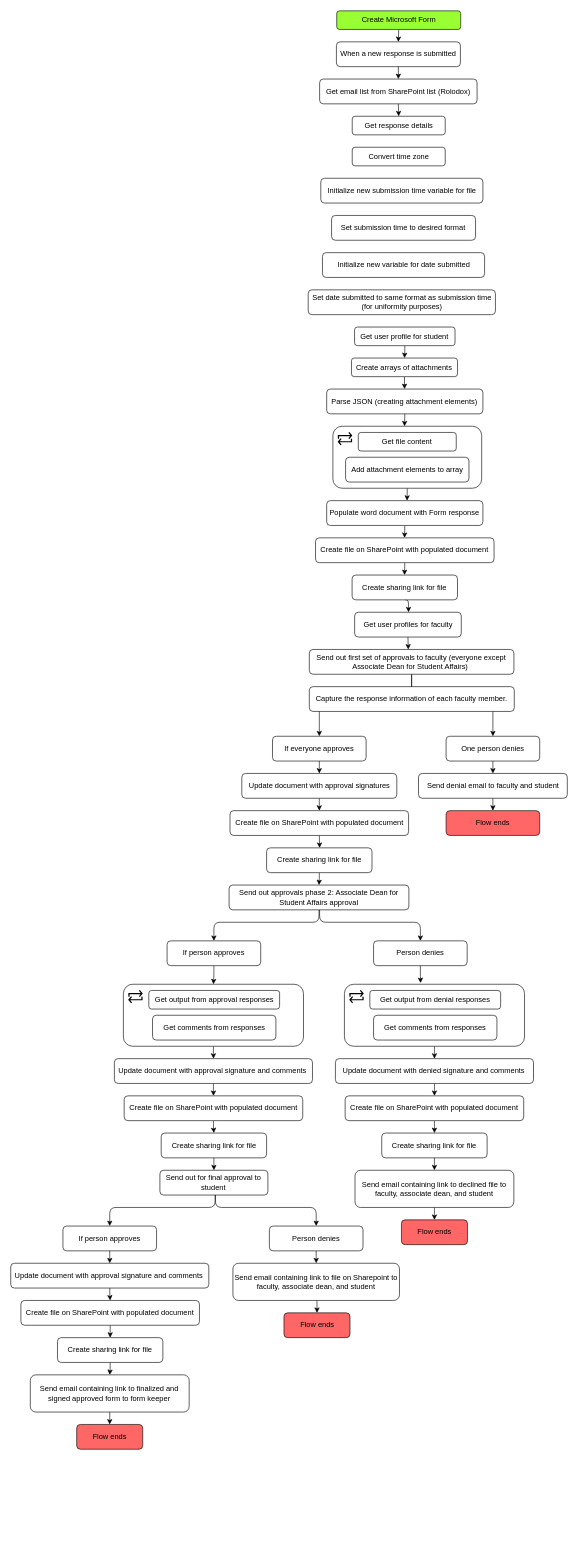
DianaJimenez23/Leave-of-Absence-Request-Form-Automation keeps this draw.io diagram as Untitled Diagram.drawio. Above is the earlier version. Source tidied: cells renumbered, new cells numbered last; positions are measured from the earlier drawing's top-left corner, leaving out a move shared by most shapes. Both pictures are drawn from the tidied source at 62%, with x=0, y=0 at pixel (11, 11).
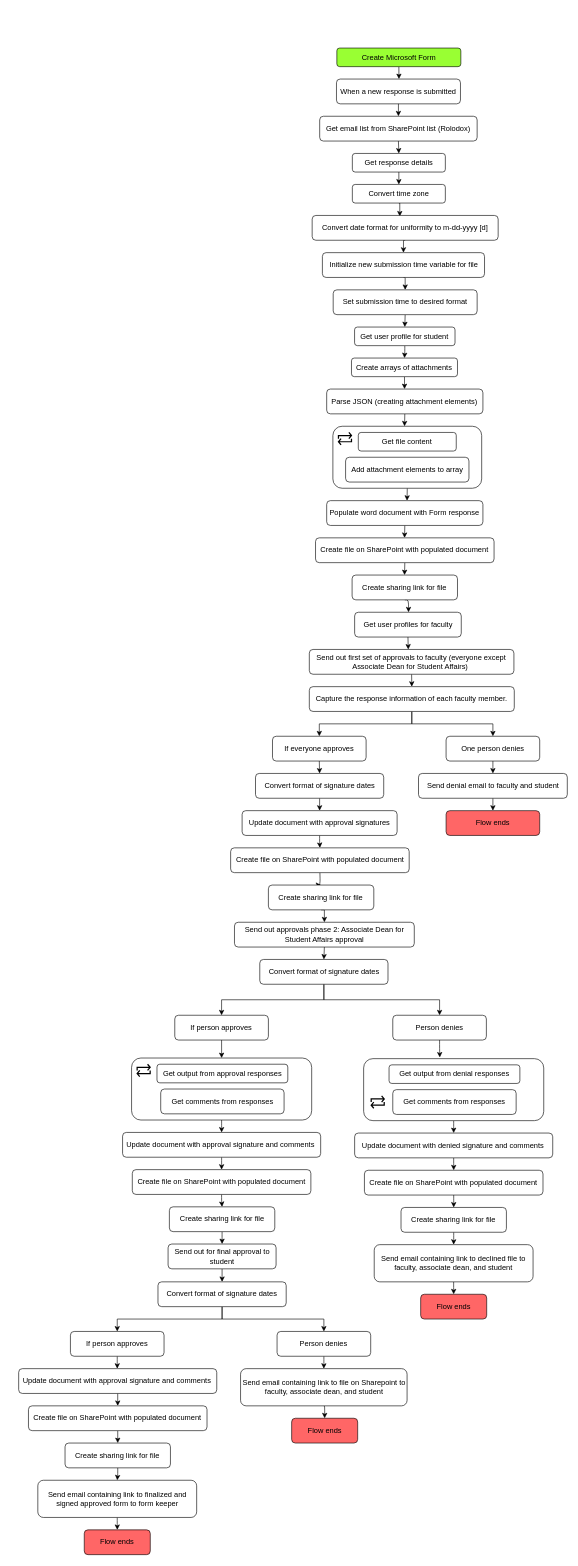
The same diagram, later.

The change refers to these unchanged cells:
```xml
<mxCell id="29" value="Send out first set of approvals to faculty (everyone except Associate Dean for Student Affairs)&amp;nbsp;" style="whiteSpace=wrap;html=1;rounded=1;" parent="1" vertex="1">
  <mxGeometry x="481.4" y="1030" width="330" height="40" as="geometry" />
</mxCell>
<mxCell id="31" value="If everyone approves" style="whiteSpace=wrap;html=1;rounded=1;" parent="1" vertex="1">
  <mxGeometry x="422" y="1170" width="151" height="40" as="geometry" />
</mxCell>
<mxCell id="33" value="One person denies" style="whiteSpace=wrap;html=1;rounded=1;" parent="1" vertex="1">
  <mxGeometry x="702" y="1170" width="151" height="40" as="geometry" />
</mxCell>
<mxCell id="97" value="Get user profile for student" style="whiteSpace=wrap;html=1;rounded=1;" parent="1" vertex="1">
  <mxGeometry x="554.4" y="510" width="162" height="30" as="geometry" />
</mxCell>
<mxCell id="98" value="Capture the response information of each faculty member." style="whiteSpace=wrap;html=1;strokeColor=#000000;strokeWidth=1;rounded=1;" parent="1" vertex="1">
  <mxGeometry x="481.4" y="1090" width="330.6" height="40" as="geometry" />
</mxCell>
```

Change to the diagram source:
```diff
@@
     <mxCell id="2" value="When a new response is submitted" style="whiteSpace=wrap;html=1;fontSize=12;glass=0;strokeWidth=1;shadow=0;rounded=1;" parent="1" vertex="1">
-      <mxGeometry x="525.1" y="50" width="200" height="40" as="geometry" />
+      <mxGeometry x="525.2" y="110" width="200" height="40" as="geometry" />
     </mxCell>
     <mxCell id="3" value="Get email list from SharePoint list (Rolodox)" style="whiteSpace=wrap;html=1;rounded=1;" parent="1" vertex="1">
-      <mxGeometry x="498" y="110" width="254" height="40" as="geometry" />
+      <mxGeometry x="498.1" y="170" width="254" height="40" as="geometry" />
     </mxCell>
+    <mxCell id="106" style="edgeStyle=orthogonalEdgeStyle;rounded=0;jettySize=auto;html=1;exitX=0.5;exitY=1;exitDx=0;exitDy=0;entryX=0.5;entryY=0;entryDx=0;entryDy=0;" parent="1" edge="1" source="4" target="101">
+      <mxGeometry relative="1" as="geometry" />
+    </mxCell>
     <mxCell id="4" value="Get response details" style="whiteSpace=wrap;html=1;rounded=1;" parent="1" vertex="1">
-      <mxGeometry x="550.6" y="170" width="150" height="30" as="geometry" />
+      <mxGeometry x="550.8" y="230" width="150" height="30" as="geometry" />
     </mxCell>
@@
     <mxCell id="10" value="Create Microsoft Form" style="whiteSpace=wrap;html=1;rounded=1;fillColor=#99FF33;" parent="1" vertex="1">
-      <mxGeometry x="525.6" width="200" height="30" as="geometry" />
+      <mxGeometry x="525.8" y="60" width="200" height="30" as="geometry" />
     </mxCell>
@@
-    <mxCell id="27" style="edgeStyle=elbowEdgeStyle;jettySize=auto;html=1;exitX=0.5;exitY=1;exitDx=0;exitDy=0;elbow=vertical;" parent="1" edge="1" source="29" target="31">
-      <mxGeometry relative="1" as="geometry" />
-    </mxCell>
-    <mxCell id="28" style="edgeStyle=elbowEdgeStyle;jettySize=auto;elbow=vertical;html=1;entryX=0.5;entryY=0;entryDx=0;entryDy=0;" parent="1" edge="1" source="29" target="33">
-      <mxGeometry relative="1" as="geometry" />
-    </mxCell>
+    <mxCell id="107" style="edgeStyle=orthogonalEdgeStyle;rounded=0;jettySize=auto;html=1;exitX=0.5;exitY=1;exitDx=0;exitDy=0;entryX=0.5;entryY=0;entryDx=0;entryDy=0;" parent="1" edge="1" source="29" target="98">
+      <mxGeometry relative="1" as="geometry" />
+    </mxCell>
@@
-    <mxCell id="30" style="edgeStyle=elbowEdgeStyle;jettySize=auto;elbow=vertical;html=1;exitX=0.5;exitY=1;exitDx=0;exitDy=0;entryX=0.5;entryY=0;entryDx=0;entryDy=0;" parent="1" edge="1" source="31" target="37">
-      <mxGeometry relative="1" as="geometry" />
-    </mxCell>
+    <mxCell id="108" style="edgeStyle=orthogonalEdgeStyle;rounded=0;jettySize=auto;html=1;exitX=0.5;exitY=1;exitDx=0;exitDy=0;entryX=0.5;entryY=0;entryDx=0;entryDy=0;" parent="1" edge="1" source="31" target="119">
+      <mxGeometry relative="1" as="geometry" />
+    </mxCell>
@@
     <mxCell id="37" value="Update document with approval signatures" style="whiteSpace=wrap;html=1;rounded=1;" parent="1" vertex="1">
-      <mxGeometry x="372.5" y="1230" width="250" height="40" as="geometry" />
+      <mxGeometry x="373" y="1290" width="250" height="40" as="geometry" />
     </mxCell>
@@
     <mxCell id="39" value="Create file on SharePoint with populated document" style="whiteSpace=wrap;html=1;rounded=1;" parent="1" vertex="1">
-      <mxGeometry x="353.5" y="1290" width="288" height="40" as="geometry" />
+      <mxGeometry x="354.5" y="1350" width="288" height="40" as="geometry" />
     </mxCell>
-    <mxCell id="40" style="edgeStyle=elbowEdgeStyle;jettySize=auto;elbow=vertical;html=1;exitX=0.5;exitY=1;exitDx=0;exitDy=0;entryX=0.5;entryY=0;entryDx=0;entryDy=0;" parent="1" edge="1" source="41" target="44">
+    <mxCell id="40" style="edgeStyle=orthogonalEdgeStyle;rounded=0;jettySize=auto;html=1;exitX=0.5;exitY=1;exitDx=0;exitDy=0;entryX=0.5;entryY=0;entryDx=0;entryDy=0;" parent="1" edge="1" source="41" target="44">
       <mxGeometry relative="1" as="geometry" />
     </mxCell>
     <mxCell id="41" value="Create sharing link for file" style="whiteSpace=wrap;html=1;rounded=1;" parent="1" vertex="1">
-      <mxGeometry x="412.5" y="1350" width="170" height="40" as="geometry" />
+      <mxGeometry x="415.4" y="1410" width="170" height="40" as="geometry" />
     </mxCell>
-    <mxCell id="42" style="edgeStyle=elbowEdgeStyle;jettySize=auto;html=1;exitX=0.5;exitY=1;exitDx=0;exitDy=0;elbow=vertical;entryX=0.5;entryY=0;entryDx=0;entryDy=0;" parent="1" edge="1" source="44" target="46">
-      <mxGeometry relative="1" as="geometry">
-        <Array as="points">
-          <mxPoint x="452" y="1470" />
-          <mxPoint x="442" y="1480" />
-          <mxPoint x="422" y="1470" />
-          <mxPoint x="372" y="1510" />
-          <mxPoint x="332" y="1500" />
-        </Array>
-      </mxGeometry>
-    </mxCell>
-    <mxCell id="43" style="edgeStyle=elbowEdgeStyle;jettySize=auto;elbow=vertical;html=1;" parent="1" edge="1" source="44" target="48">
-      <mxGeometry relative="1" as="geometry">
-        <Array as="points">
-          <mxPoint x="498" y="1470" />
-        </Array>
-      </mxGeometry>
-    </mxCell>
+    <mxCell id="109" style="edgeStyle=orthogonalEdgeStyle;rounded=0;jettySize=auto;html=1;exitX=0.5;exitY=1;exitDx=0;exitDy=0;entryX=0.5;entryY=0;entryDx=0;entryDy=0;" parent="1" edge="1" source="44" target="122">
+      <mxGeometry relative="1" as="geometry" />
+    </mxCell>
     <mxCell id="44" value="Send out approvals phase 2: Associate Dean for Student Affairs approval" style="whiteSpace=wrap;html=1;rounded=1;" parent="1" vertex="1">
-      <mxGeometry x="352" y="1410" width="290" height="40" as="geometry" />
+      <mxGeometry x="360.7" y="1470" width="290" height="40" as="geometry" />
     </mxCell>
-    <mxCell id="45" style="edgeStyle=elbowEdgeStyle;jettySize=auto;elbow=vertical;html=1;exitX=0.5;exitY=1;exitDx=0;exitDy=0;entryX=0.5;entryY=0;entryDx=0;entryDy=0;" parent="1" edge="1" source="46" target="52">
+    <mxCell id="45" style="edgeStyle=orthogonalEdgeStyle;rounded=0;jettySize=auto;html=1;exitX=0.5;exitY=1;exitDx=0;exitDy=0;entryX=0.5;entryY=0;entryDx=0;entryDy=0;" parent="1" edge="1" source="46" target="52">
       <mxGeometry relative="1" as="geometry" />
     </mxCell>
     <mxCell id="46" value="If person approves" style="whiteSpace=wrap;html=1;rounded=1;" parent="1" vertex="1">
-      <mxGeometry x="252" y="1500" width="151" height="40" as="geometry" />
+      <mxGeometry x="264.4" y="1620" width="151" height="40" as="geometry" />
     </mxCell>
@@
     <mxCell id="48" value="Person denies" style="whiteSpace=wrap;html=1;rounded=1;" parent="1" vertex="1">
-      <mxGeometry x="585" y="1500" width="151" height="40" as="geometry" />
+      <mxGeometry x="616" y="1620" width="151" height="40" as="geometry" />
     </mxCell>
@@
-    <mxCell id="50" style="edgeStyle=elbowEdgeStyle;orthogonalLoop=1;jettySize=auto;elbow=vertical;html=1;exitX=0.75;exitY=1;exitDx=0;exitDy=0;" parent="1" edge="1" source="46" target="46">
-      <mxGeometry relative="1" as="geometry" />
-    </mxCell>
@@
     <mxCell id="52" style="whiteSpace=wrap;html=1;rounded=1;" parent="1" vertex="1">
-      <mxGeometry x="181.5" y="1570" width="290.5" height="100" as="geometry" />
+      <mxGeometry x="194.7" y="1689" width="290.5" height="100" as="geometry" />
     </mxCell>
     <mxCell id="53" value="Get output from approval responses" style="whiteSpace=wrap;html=1;rounded=1;" parent="1" vertex="1">
-      <mxGeometry x="222.5" y="1580" width="211" height="30" as="geometry" />
+      <mxGeometry x="235.7" y="1699" width="211" height="30" as="geometry" />
     </mxCell>
     <mxCell id="54" value="Get comments from responses" style="whiteSpace=wrap;html=1;rounded=1;" parent="1" vertex="1">
-      <mxGeometry x="228.5" y="1620" width="199" height="40" as="geometry" />
+      <mxGeometry x="241.7" y="1739" width="199" height="40" as="geometry" />
     </mxCell>
     <mxCell id="55" style="html=1;verticalLabelPosition=bottom;align=center;labelBackgroundColor=#ffffff;verticalAlign=top;strokeWidth=2;shadow=0;dashed=0;shape=mxgraph.ios7.icons.repeat;rounded=1;" parent="1" vertex="1">
-      <mxGeometry x="190.5" y="1580" width="21" height="20" as="geometry" />
+      <mxGeometry x="203.7" y="1699" width="21" height="20" as="geometry" />
     </mxCell>
@@
     <mxCell id="57" style="whiteSpace=wrap;html=1;rounded=1;" parent="1" vertex="1">
-      <mxGeometry x="538" y="1570" width="290.5" height="100" as="geometry" />
+      <mxGeometry x="569" y="1690" width="290.5" height="100" as="geometry" />
     </mxCell>
     <mxCell id="58" value="Get output from denial responses" style="whiteSpace=wrap;html=1;rounded=1;" parent="1" vertex="1">
-      <mxGeometry x="579" y="1580" width="211" height="30" as="geometry" />
+      <mxGeometry x="610" y="1700" width="211" height="30" as="geometry" />
     </mxCell>
     <mxCell id="59" value="Get comments from responses" style="whiteSpace=wrap;html=1;rounded=1;" parent="1" vertex="1">
-      <mxGeometry x="585" y="1620" width="199" height="40" as="geometry" />
+      <mxGeometry x="616" y="1740" width="199" height="40" as="geometry" />
     </mxCell>
     <mxCell id="60" style="html=1;verticalLabelPosition=bottom;align=center;labelBackgroundColor=#ffffff;verticalAlign=top;strokeWidth=2;shadow=0;dashed=0;shape=mxgraph.ios7.icons.repeat;rounded=1;" parent="1" vertex="1">
-      <mxGeometry x="547" y="1580" width="21" height="20" as="geometry" />
+      <mxGeometry x="581.2" y="1750" width="21" height="20" as="geometry" />
     </mxCell>
@@
     <mxCell id="62" value="Update document with approval signature and comments&amp;nbsp;" style="whiteSpace=wrap;html=1;rounded=1;" parent="1" vertex="1">
-      <mxGeometry x="167" y="1690" width="319.5" height="40" as="geometry" />
+      <mxGeometry x="180.2" y="1809" width="319.5" height="40" as="geometry" />
     </mxCell>
@@
     <mxCell id="64" value="Create sharing link for file" style="whiteSpace=wrap;html=1;rounded=1;" parent="1" vertex="1">
-      <mxGeometry x="242.5" y="1810" width="170" height="40" as="geometry" />
+      <mxGeometry x="255.7" y="1929" width="170" height="40" as="geometry" />
     </mxCell>
+    <mxCell id="110" style="edgeStyle=orthogonalEdgeStyle;rounded=0;jettySize=auto;html=1;exitX=0.5;exitY=1;exitDx=0;exitDy=0;entryX=0.5;entryY=0;entryDx=0;entryDy=0;" parent="1" edge="1" source="65" target="125">
+      <mxGeometry relative="1" as="geometry" />
+    </mxCell>
     <mxCell id="65" value="Send out for final approval to student" style="whiteSpace=wrap;html=1;rounded=1;" parent="1" vertex="1">
-      <mxGeometry x="240.4" y="1870" width="174.2" height="40" as="geometry" />
+      <mxGeometry x="253.6" y="1989" width="174.2" height="40" as="geometry" />
     </mxCell>
@@
     <mxCell id="67" value="Create file on SharePoint with populated document" style="whiteSpace=wrap;html=1;rounded=1;" parent="1" vertex="1">
-      <mxGeometry x="182.8" y="1750" width="288" height="40" as="geometry" />
+      <mxGeometry x="195.9" y="1869" width="288" height="40" as="geometry" />
     </mxCell>
@@
     <mxCell id="69" value="Update document with denied signature and comments&amp;nbsp;" style="whiteSpace=wrap;html=1;rounded=1;" parent="1" vertex="1">
-      <mxGeometry x="523.5" y="1690" width="319.5" height="40" as="geometry" />
+      <mxGeometry x="554.5" y="1810" width="319.5" height="40" as="geometry" />
     </mxCell>
@@
     <mxCell id="71" value="Create sharing link for file" style="whiteSpace=wrap;html=1;rounded=1;" parent="1" vertex="1">
-      <mxGeometry x="598.2" y="1810" width="170" height="40" as="geometry" />
+      <mxGeometry x="629.3" y="1930" width="170" height="40" as="geometry" />
     </mxCell>
@@
     <mxCell id="73" value="Create file on SharePoint with populated document" style="whiteSpace=wrap;html=1;rounded=1;" parent="1" vertex="1">
-      <mxGeometry x="539.2" y="1750" width="288" height="40" as="geometry" />
+      <mxGeometry x="570.3" y="1870" width="288" height="40" as="geometry" />
     </mxCell>
@@
     <mxCell id="75" value="Send email containing link to declined file to faculty, associate dean, and student" style="whiteSpace=wrap;html=1;rounded=1;" parent="1" vertex="1">
-      <mxGeometry x="555.1" y="1870" width="256.2" height="60" as="geometry" />
+      <mxGeometry x="586.1" y="1990" width="256.2" height="60" as="geometry" />
     </mxCell>
     <mxCell id="76" value="Flow ends" style="whiteSpace=wrap;html=1;rounded=1;fillColor=#FF6666;" parent="1" vertex="1">
-      <mxGeometry x="630" y="1950" width="106.5" height="40" as="geometry" />
+      <mxGeometry x="661" y="2070" width="106.5" height="40" as="geometry" />
     </mxCell>
-    <mxCell id="77" style="edgeStyle=elbowEdgeStyle;jettySize=auto;html=1;exitX=0.5;exitY=1;exitDx=0;exitDy=0;elbow=vertical;entryX=0.5;entryY=0;entryDx=0;entryDy=0;" parent="1" edge="1" target="80">
-      <mxGeometry relative="1" as="geometry">
-        <mxPoint x="329.5" y="1910" as="sourcePoint" />
-        <Array as="points">
-          <mxPoint x="284" y="1930" />
-          <mxPoint x="274" y="1940" />
-          <mxPoint x="254" y="1930" />
-          <mxPoint x="204" y="1970" />
-          <mxPoint x="164" y="1960" />
-        </Array>
-      </mxGeometry>
-    </mxCell>
-    <mxCell id="78" style="edgeStyle=elbowEdgeStyle;jettySize=auto;elbow=vertical;html=1;" parent="1" edge="1" target="82">
-      <mxGeometry relative="1" as="geometry">
-        <mxPoint x="330" y="1910" as="sourcePoint" />
-        <Array as="points">
-          <mxPoint x="330" y="1930" />
-        </Array>
-      </mxGeometry>
-    </mxCell>
-    <mxCell id="79" style="edgeStyle=elbowEdgeStyle;jettySize=auto;elbow=vertical;html=1;exitX=0.5;exitY=1;exitDx=0;exitDy=0;entryX=0.5;entryY=0;entryDx=0;entryDy=0;" parent="1" edge="1" source="80" target="86">
-      <mxGeometry relative="1" as="geometry" />
+    <mxCell id="79" style="edgeStyle=elbowEdgeStyle;jettySize=auto;elbow=vertical;html=1;exitX=0.5;exitY=1;exitDx=0;exitDy=0;entryX=0.5;entryY=0;entryDx=0;entryDy=0;" parent="1" edge="1" source="80">
+      <mxGeometry relative="1" as="geometry">
+        <mxPoint x="171.6" y="2190" as="targetPoint" />
+      </mxGeometry>
     </mxCell>
     <mxCell id="80" value="If person approves" style="whiteSpace=wrap;html=1;rounded=1;" parent="1" vertex="1">
-      <mxGeometry x="84" y="1960" width="151" height="40" as="geometry" />
+      <mxGeometry x="96.1" y="2130" width="151" height="40" as="geometry" />
     </mxCell>
@@
     <mxCell id="82" value="Person denies" style="whiteSpace=wrap;html=1;rounded=1;" parent="1" vertex="1">
-      <mxGeometry x="417" y="1960" width="151" height="40" as="geometry" />
+      <mxGeometry x="429.4" y="2130" width="151" height="40" as="geometry" />
     </mxCell>
@@
-    <mxCell id="85" style="edgeStyle=elbowEdgeStyle;jettySize=auto;elbow=vertical;html=1;exitX=0.5;exitY=1;exitDx=0;exitDy=0;entryX=0.5;entryY=0;entryDx=0;entryDy=0;" parent="1" edge="1" source="86" target="90">
+    <mxCell id="85" style="edgeStyle=orthogonalEdgeStyle;rounded=0;jettySize=auto;html=1;exitX=0.5;exitY=1;exitDx=0;exitDy=0;entryX=0.5;entryY=0;entryDx=0;entryDy=0;" parent="1" edge="1" source="86" target="90">
       <mxGeometry relative="1" as="geometry" />
     </mxCell>
     <mxCell id="86" value="Update document with approval signature and comments&amp;nbsp;" style="whiteSpace=wrap;html=1;rounded=1;" parent="1" vertex="1">
-      <mxGeometry x="-0.2" y="2020" width="319.5" height="40" as="geometry" />
+      <mxGeometry x="12.6" y="2190" width="319.5" height="40" as="geometry" />
     </mxCell>
@@
     <mxCell id="88" value="Create sharing link for file" style="whiteSpace=wrap;html=1;rounded=1;" parent="1" vertex="1">
-      <mxGeometry x="75.2" y="2140" width="170" height="40" as="geometry" />
+      <mxGeometry x="87.4" y="2310" width="170" height="40" as="geometry" />
     </mxCell>
-    <mxCell id="89" style="edgeStyle=elbowEdgeStyle;jettySize=auto;elbow=vertical;html=1;exitX=0.5;exitY=1;exitDx=0;exitDy=0;entryX=0.5;entryY=0;entryDx=0;entryDy=0;" parent="1" edge="1" source="90" target="88">
+    <mxCell id="89" style="edgeStyle=orthogonalEdgeStyle;rounded=0;jettySize=auto;html=1;exitX=0.5;exitY=1;exitDx=0;exitDy=0;entryX=0.5;entryY=0;entryDx=0;entryDy=0;" parent="1" edge="1" source="90" target="88">
       <mxGeometry relative="1" as="geometry" />
     </mxCell>
     <mxCell id="90" value="Create file on SharePoint with populated document" style="whiteSpace=wrap;html=1;rounded=1;" parent="1" vertex="1">
-      <mxGeometry x="16.2" y="2080" width="288" height="40" as="geometry" />
+      <mxGeometry x="28.4" y="2250" width="288" height="40" as="geometry" />
     </mxCell>
@@
     <mxCell id="92" value="Send email containing link to finalized and signed approved form to form keeper" style="whiteSpace=wrap;html=1;rounded=1;" parent="1" vertex="1">
-      <mxGeometry x="31.4" y="2200" width="256.2" height="60" as="geometry" />
+      <mxGeometry x="43.5" y="2370" width="256.2" height="60" as="geometry" />
     </mxCell>
     <mxCell id="93" value="Flow ends" style="whiteSpace=wrap;html=1;rounded=1;fillColor=#FF6666;" parent="1" vertex="1">
-      <mxGeometry x="106.2" y="2280" width="106.5" height="40" as="geometry" />
+      <mxGeometry x="118.4" y="2450" width="106.5" height="40" as="geometry" />
     </mxCell>
@@
     <mxCell id="95" value="Send email containing link to file on Sharepoint to faculty, associate dean, and student" style="whiteSpace=wrap;html=1;rounded=1;" parent="1" vertex="1">
-      <mxGeometry x="358.2" y="2020" width="268.6" height="60" as="geometry" />
+      <mxGeometry x="370.5" y="2190" width="268.6" height="60" as="geometry" />
     </mxCell>
@@
+    <mxCell id="111" style="edgeStyle=orthogonalEdgeStyle;rounded=0;jettySize=auto;html=1;exitX=0.5;exitY=1;exitDx=0;exitDy=0;entryX=0.5;entryY=0;entryDx=0;entryDy=0;" parent="1" edge="1" source="98" target="31">
+      <mxGeometry relative="1" as="geometry" />
+    </mxCell>
+    <mxCell id="112" style="edgeStyle=orthogonalEdgeStyle;rounded=0;jettySize=auto;html=1;exitX=0.5;exitY=1;exitDx=0;exitDy=0;entryX=0.5;entryY=0;entryDx=0;entryDy=0;" parent="1" edge="1" source="98" target="33">
+      <mxGeometry relative="1" as="geometry" />
+    </mxCell>
@@
     <mxCell id="100" value="Flow ends" style="whiteSpace=wrap;html=1;rounded=1;fillColor=#FF6666;" parent="1" vertex="1">
-      <mxGeometry x="440.5" y="2100" width="106.5" height="40" as="geometry" />
+      <mxGeometry x="452.9" y="2270" width="106.5" height="40" as="geometry" />
     </mxCell>
+    <mxCell id="113" style="edgeStyle=orthogonalEdgeStyle;rounded=0;jettySize=auto;html=1;exitX=0.5;exitY=1;exitDx=0;exitDy=0;entryX=0.471;entryY=0.037;entryDx=0;entryDy=0;entryPerimeter=0;" parent="1" edge="1" source="101" target="117">
+      <mxGeometry relative="1" as="geometry" />
+    </mxCell>
     <mxCell id="101" value="Convert time zone" style="whiteSpace=wrap;html=1;rounded=1;" parent="1" vertex="1">
-      <mxGeometry x="550.6" y="220" width="150" height="30" as="geometry" />
+      <mxGeometry x="550.8" y="280" width="150" height="30" as="geometry" />
     </mxCell>
+    <mxCell id="114" style="edgeStyle=orthogonalEdgeStyle;rounded=0;jettySize=auto;html=1;exitX=0.5;exitY=1;exitDx=0;exitDy=0;entryX=0.5;entryY=0;entryDx=0;entryDy=0;" parent="1" edge="1" source="102" target="103">
+      <mxGeometry relative="1" as="geometry" />
+    </mxCell>
     <mxCell id="102" value="Initialize new submission time variable for file" style="whiteSpace=wrap;html=1;rounded=1;" parent="1" vertex="1">
-      <mxGeometry x="499.9" y="270" width="261.5" height="40" as="geometry" />
+      <mxGeometry x="502.5" y="390" width="261.5" height="40" as="geometry" />
     </mxCell>
+    <mxCell id="115" style="edgeStyle=orthogonalEdgeStyle;rounded=0;jettySize=auto;html=1;exitX=0.5;exitY=1;exitDx=0;exitDy=0;entryX=0.5;entryY=0;entryDx=0;entryDy=0;" parent="1" edge="1" source="103" target="97">
+      <mxGeometry relative="1" as="geometry" />
+    </mxCell>
     <mxCell id="103" value="Set submission time to desired format" style="whiteSpace=wrap;html=1;rounded=1;" parent="1" vertex="1">
-      <mxGeometry x="517.3" y="330" width="232.2" height="40" as="geometry" />
+      <mxGeometry x="519.9" y="450" width="232.2" height="40" as="geometry" />
     </mxCell>
-    <mxCell id="104" value="Initialize new variable for date submitted" style="whiteSpace=wrap;html=1;rounded=1;" parent="1" vertex="1">
-      <mxGeometry x="502.6" y="390" width="261.5" height="40" as="geometry" />
-    </mxCell>
-    <mxCell id="105" value="Set date submitted to same format as submission time (for uniformity purposes)" style="whiteSpace=wrap;html=1;rounded=1;" parent="1" vertex="1">
-      <mxGeometry x="479.6" y="450" width="302" height="40" as="geometry" />
-    </mxCell>
+    <mxCell id="116" style="edgeStyle=orthogonalEdgeStyle;rounded=0;jettySize=auto;html=1;exitX=0.5;exitY=1;exitDx=0;exitDy=0;entryX=0.5;entryY=0;entryDx=0;entryDy=0;" parent="1" edge="1" source="117" target="102">
+      <mxGeometry relative="1" as="geometry" />
+    </mxCell>
+    <mxCell id="117" value="Convert date format for uniformity to m-dd-yyyy [d]" style="whiteSpace=wrap;html=1;rounded=1;" parent="1" vertex="1">
+      <mxGeometry x="486" y="330" width="300" height="40" as="geometry" />
+    </mxCell>
+    <mxCell id="118" style="edgeStyle=orthogonalEdgeStyle;rounded=0;jettySize=auto;html=1;exitX=0.5;exitY=1;exitDx=0;exitDy=0;entryX=0.5;entryY=0;entryDx=0;entryDy=0;" parent="1" edge="1" source="119" target="37">
+      <mxGeometry relative="1" as="geometry" />
+    </mxCell>
+    <mxCell id="119" value="Convert format of signature dates" style="whiteSpace=wrap;html=1;rounded=1;" parent="1" vertex="1">
+      <mxGeometry x="394.6" y="1230" width="206.8" height="40" as="geometry" />
+    </mxCell>
+    <mxCell id="120" style="edgeStyle=orthogonalEdgeStyle;rounded=0;jettySize=auto;html=1;exitX=0.5;exitY=1;exitDx=0;exitDy=0;entryX=0.5;entryY=0;entryDx=0;entryDy=0;" parent="1" edge="1" source="122" target="46">
+      <mxGeometry relative="1" as="geometry" />
+    </mxCell>
+    <mxCell id="121" style="edgeStyle=orthogonalEdgeStyle;rounded=0;jettySize=auto;html=1;exitX=0.5;exitY=1;exitDx=0;exitDy=0;entryX=0.5;entryY=0;entryDx=0;entryDy=0;" parent="1" edge="1" source="122" target="48">
+      <mxGeometry relative="1" as="geometry" />
+    </mxCell>
+    <mxCell id="122" value="Convert format of signature dates" style="whiteSpace=wrap;html=1;rounded=1;" parent="1" vertex="1">
+      <mxGeometry x="401.5" y="1530" width="206.8" height="40" as="geometry" />
+    </mxCell>
+    <mxCell id="123" style="edgeStyle=orthogonalEdgeStyle;rounded=0;jettySize=auto;html=1;exitX=0.5;exitY=1;exitDx=0;exitDy=0;entryX=0.5;entryY=0;entryDx=0;entryDy=0;" parent="1" edge="1" source="125" target="80">
+      <mxGeometry relative="1" as="geometry" />
+    </mxCell>
+    <mxCell id="124" style="edgeStyle=orthogonalEdgeStyle;rounded=0;jettySize=auto;html=1;exitX=0.5;exitY=1;exitDx=0;exitDy=0;entryX=0.5;entryY=0;entryDx=0;entryDy=0;" parent="1" edge="1" source="125" target="82">
+      <mxGeometry relative="1" as="geometry" />
+    </mxCell>
+    <mxCell id="125" value="Convert format of signature dates" style="whiteSpace=wrap;html=1;rounded=1;" parent="1" vertex="1">
+      <mxGeometry x="237.3" y="2050" width="206.8" height="40" as="geometry" />
+    </mxCell>
```
